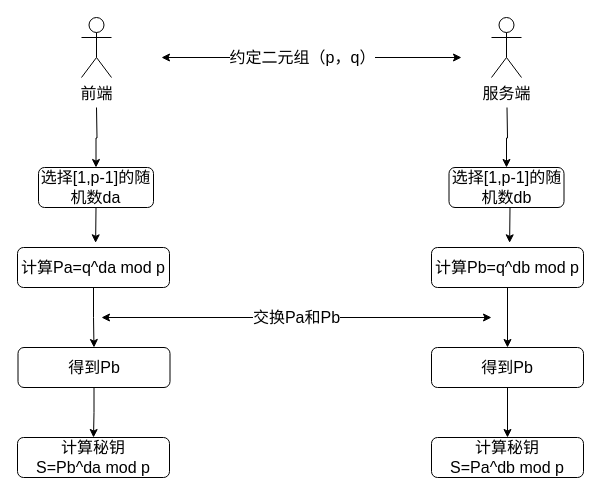
Above: page "秘钥交换" (1 of 2) of DH算法秘钥.drawio in AjaxXu/Diagram (draw.io), before the change. Source tidied: cells renumbered, new cells numbered last; positions are measured from the earlier drawing's top-left corner, leaving out a move shared by most shapes. Both pictures are drawn from the tidied source at 100%, with x=0, y=0 at pixel (17, 17).
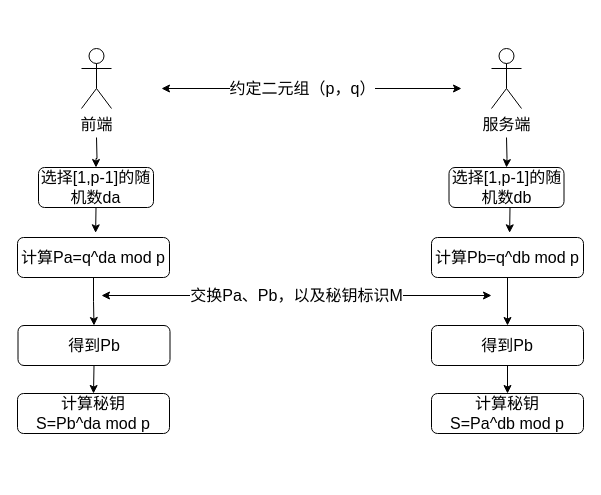
The same diagram, later.

Unchanged cells that the change refers to:
```xml
<mxCell id="8" value="选择[1,p-1]的随机数da" style="rounded=1;whiteSpace=wrap;html=1;fontSize=16;" parent="1" vertex="1">
  <mxGeometry x="21" y="150" width="115" height="40" as="geometry" />
</mxCell>
<mxCell id="10" value="选择[1,p-1]的随机数db" style="rounded=1;whiteSpace=wrap;html=1;fontSize=16;" parent="1" vertex="1">
  <mxGeometry x="431.5" y="150" width="115" height="40" as="geometry" />
</mxCell>
```

The edit, as a diff of the source:
```diff
@@
-    <mxCell id="2" style="edgeStyle=orthogonalEdgeStyle;rounded=0;jettySize=auto;html=1;fontSize=16;" parent="1" edge="1" target="8">
+    <mxCell id="2" style="edgeStyle=orthogonalEdgeStyle;rounded=0;jettySize=auto;html=1;fontSize=16;jumpSize=6;" parent="1" edge="1" target="8">
       <mxGeometry relative="1" as="geometry">
-        <mxPoint x="79" y="90" as="sourcePoint" />
+        <mxPoint x="79" y="120" as="sourcePoint" />
       </mxGeometry>
     </mxCell>
     <mxCell id="3" value="前端" style="shape=umlActor;verticalLabelPosition=bottom;verticalAlign=top;html=1;fontSize=16;" parent="1" vertex="1">
-      <mxGeometry x="64" width="30" height="60" as="geometry" />
+      <mxGeometry x="64" y="31" width="30" height="60" as="geometry" />
     </mxCell>
     <mxCell id="4" value="服务端" style="shape=umlActor;verticalLabelPosition=bottom;verticalAlign=top;html=1;fontSize=16;" parent="1" vertex="1">
-      <mxGeometry x="474" width="30" height="60" as="geometry" />
+      <mxGeometry x="474" y="31" width="30" height="60" as="geometry" />
     </mxCell>
     <mxCell id="5" style="endArrow=classic;startArrow=classic;html=1;fontSize=16;" parent="1" edge="1">
       <mxGeometry relative="1" as="geometry">
-        <mxPoint x="144" y="40" as="sourcePoint" />
-        <mxPoint x="444" y="40" as="targetPoint" />
+        <mxPoint x="144" y="71" as="sourcePoint" />
+        <mxPoint x="444" y="71" as="targetPoint" />
       </mxGeometry>
     </mxCell>
@@
     <mxCell id="9" style="edgeStyle=orthogonalEdgeStyle;rounded=0;jettySize=auto;html=1;fontSize=16;" parent="1" edge="1" target="10">
       <mxGeometry relative="1" as="geometry">
-        <mxPoint x="489.5" y="90" as="sourcePoint" />
+        <mxPoint x="489" y="120" as="sourcePoint" />
       </mxGeometry>
     </mxCell>
@@
     <mxCell id="12" value="计算Pa=q^da mod p" style="rounded=1;whiteSpace=wrap;html=1;fontSize=16;" parent="1" vertex="1">
-      <mxGeometry y="230" width="152" height="40" as="geometry" />
+      <mxGeometry y="220" width="152" height="40" as="geometry" />
     </mxCell>
@@
     <mxCell id="15" value="计算Pb=q^db mod p" style="rounded=1;whiteSpace=wrap;html=1;fontSize=16;" parent="1" vertex="1">
-      <mxGeometry x="414" y="230" width="152" height="40" as="geometry" />
+      <mxGeometry x="414" y="220" width="152" height="40" as="geometry" />
     </mxCell>
@@
     <mxCell id="17" value="得到Pb" style="rounded=1;whiteSpace=wrap;html=1;fontSize=16;" parent="1" vertex="1">
-      <mxGeometry x="0.5" y="330" width="152" height="40" as="geometry" />
+      <mxGeometry x="0.5" y="308" width="152" height="40" as="geometry" />
     </mxCell>
@@
     <mxCell id="19" value="得到Pb" style="rounded=1;whiteSpace=wrap;html=1;fontSize=16;" parent="1" vertex="1">
-      <mxGeometry x="414" y="330" width="152" height="40" as="geometry" />
+      <mxGeometry x="414" y="308" width="152" height="40" as="geometry" />
     </mxCell>
-    <mxCell id="20" value="交换Pa和Pb" style="endArrow=classic;startArrow=classic;html=1;fontSize=16;" parent="1" edge="1">
+    <mxCell id="20" value="交换Pa、Pb，以及秘钥标识M" style="endArrow=classic;startArrow=classic;html=1;fontSize=16;" parent="1" edge="1">
       <mxGeometry relative="1" as="geometry">
-        <mxPoint x="84" y="300" as="sourcePoint" />
-        <mxPoint x="474" y="300" as="targetPoint" />
+        <mxPoint x="84" y="278" as="sourcePoint" />
+        <mxPoint x="474" y="278" as="targetPoint" />
       </mxGeometry>
     </mxCell>
     <mxCell id="21" value="计算秘钥&lt;br&gt;S=Pb^da mod p" style="rounded=1;whiteSpace=wrap;html=1;fontSize=16;" parent="1" vertex="1">
-      <mxGeometry y="420" width="152" height="40" as="geometry" />
+      <mxGeometry y="376" width="152" height="40" as="geometry" />
     </mxCell>
     <mxCell id="22" value="计算秘钥&lt;br&gt;S=Pa^db mod p" style="rounded=1;whiteSpace=wrap;html=1;fontSize=16;" parent="1" vertex="1">
-      <mxGeometry x="414" y="420" width="152" height="40" as="geometry" />
+      <mxGeometry x="414" y="376" width="152" height="40" as="geometry" />
     </mxCell>
```
